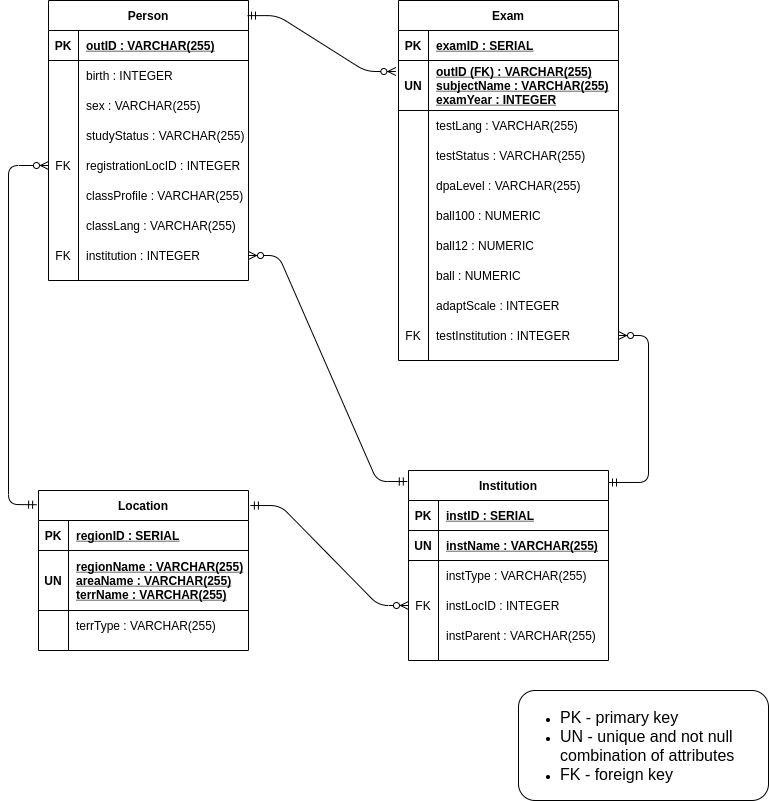
The draw.io diagram ERD/Physical.png in flash10042/db-workshop-2, before a commit. Source tidied: cells renumbered, new cells last; positions are measured from the earlier drawing's top-left corner, leaving out a move shared by most shapes. Its diagram source:
```xml
<mxGraphModel>
  <root>
    <mxCell id="0" />
    <mxCell id="1" parent="0" />
    <mxCell id="2" value="Person" style="shape=table;startSize=30;rowLines=0;fontStyle=1;align=center;" parent="1" vertex="1">
      <mxGeometry x="40" width="200" height="280" as="geometry" />
    </mxCell>
    <mxCell id="3" style="shape=partialRectangle;fillColor=none;top=0;left=0;bottom=1;right=0;" parent="2" vertex="1">
      <mxGeometry y="30" width="200" height="30" as="geometry" />
    </mxCell>
    <mxCell id="4" value="PK" style="shape=partialRectangle;fillColor=none;top=0;left=0;bottom=0;right=0;fontStyle=1;overflow=hidden;" parent="3" vertex="1">
      <mxGeometry width="30" height="30" as="geometry" />
    </mxCell>
    <mxCell id="5" value="outID : VARCHAR(255)" style="shape=partialRectangle;fillColor=none;top=0;left=0;bottom=0;right=0;align=left;spacingLeft=6;fontStyle=5;overflow=hidden;" parent="3" vertex="1">
      <mxGeometry x="30" width="170" height="30" as="geometry" />
    </mxCell>
    <mxCell id="6" style="shape=partialRectangle;fillColor=none;top=0;left=0;bottom=0;right=0;" parent="2" vertex="1">
      <mxGeometry y="60" width="200" height="30" as="geometry" />
    </mxCell>
    <mxCell id="7" style="shape=partialRectangle;fillColor=none;top=0;left=0;bottom=0;right=0;overflow=hidden;" parent="6" vertex="1">
      <mxGeometry width="30" height="30" as="geometry" />
    </mxCell>
    <mxCell id="8" value="birth : INTEGER" style="shape=partialRectangle;fillColor=none;top=0;left=0;bottom=0;right=0;align=left;spacingLeft=6;overflow=hidden;" parent="6" vertex="1">
      <mxGeometry x="30" width="170" height="30" as="geometry" />
    </mxCell>
    <mxCell id="9" style="shape=partialRectangle;fillColor=none;top=0;left=0;bottom=0;right=0;" parent="2" vertex="1">
      <mxGeometry y="90" width="200" height="30" as="geometry" />
    </mxCell>
    <mxCell id="10" style="shape=partialRectangle;fillColor=none;top=0;left=0;bottom=0;right=0;overflow=hidden;" parent="9" vertex="1">
      <mxGeometry width="30" height="30" as="geometry" />
    </mxCell>
    <mxCell id="11" value="sex : VARCHAR(255)" style="shape=partialRectangle;fillColor=none;top=0;left=0;bottom=0;right=0;align=left;spacingLeft=6;overflow=hidden;" parent="9" vertex="1">
      <mxGeometry x="30" width="170" height="30" as="geometry" />
    </mxCell>
    <mxCell id="12" style="shape=partialRectangle;fillColor=none;top=0;left=0;bottom=0;right=0;" parent="2" vertex="1">
      <mxGeometry y="120" width="200" height="30" as="geometry" />
    </mxCell>
    <mxCell id="13" style="shape=partialRectangle;fillColor=none;top=0;left=0;bottom=0;right=0;overflow=hidden;" parent="12" vertex="1">
      <mxGeometry width="30" height="30" as="geometry" />
    </mxCell>
    <mxCell id="14" value="studyStatus : VARCHAR(255)" style="shape=partialRectangle;fillColor=none;top=0;left=0;bottom=0;right=0;align=left;spacingLeft=6;overflow=hidden;" parent="12" vertex="1">
      <mxGeometry x="30" width="170" height="30" as="geometry" />
    </mxCell>
    <mxCell id="15" style="shape=partialRectangle;fillColor=none;top=0;left=0;bottom=0;right=0;points=[[0,0.5],[1,0.5]];portConstraint=eastwest;" parent="2" vertex="1">
      <mxGeometry y="150" width="200" height="30" as="geometry" />
    </mxCell>
    <mxCell id="16" value="FK" style="shape=partialRectangle;fillColor=none;top=0;left=0;bottom=0;right=0;overflow=hidden;" parent="15" vertex="1">
      <mxGeometry width="30" height="30" as="geometry" />
    </mxCell>
    <mxCell id="17" value="registrationLocID : INTEGER" style="shape=partialRectangle;fillColor=none;top=0;left=0;bottom=0;right=0;align=left;spacingLeft=6;overflow=hidden;" parent="15" vertex="1">
      <mxGeometry x="30" width="170" height="30" as="geometry" />
    </mxCell>
    <mxCell id="18" style="shape=partialRectangle;fillColor=none;top=0;left=0;bottom=0;right=0;" parent="2" vertex="1">
      <mxGeometry y="180" width="200" height="30" as="geometry" />
    </mxCell>
    <mxCell id="19" style="shape=partialRectangle;fillColor=none;top=0;left=0;bottom=0;right=0;overflow=hidden;" parent="18" vertex="1">
      <mxGeometry width="30" height="30" as="geometry" />
    </mxCell>
    <mxCell id="20" value="classProfile : VARCHAR(255)" style="shape=partialRectangle;fillColor=none;top=0;left=0;bottom=0;right=0;align=left;spacingLeft=6;overflow=hidden;" parent="18" vertex="1">
      <mxGeometry x="30" width="170" height="30" as="geometry" />
    </mxCell>
    <mxCell id="21" style="shape=partialRectangle;fillColor=none;top=0;left=0;bottom=0;right=0;" parent="2" vertex="1">
      <mxGeometry y="210" width="200" height="30" as="geometry" />
    </mxCell>
    <mxCell id="22" style="shape=partialRectangle;fillColor=none;top=0;left=0;bottom=0;right=0;overflow=hidden;" parent="21" vertex="1">
      <mxGeometry width="30" height="30" as="geometry" />
    </mxCell>
    <mxCell id="23" value="classLang : VARCHAR(255)" style="shape=partialRectangle;fillColor=none;top=0;left=0;bottom=0;right=0;align=left;spacingLeft=6;overflow=hidden;" parent="21" vertex="1">
      <mxGeometry x="30" width="170" height="30" as="geometry" />
    </mxCell>
    <mxCell id="24" style="shape=partialRectangle;fillColor=none;top=0;left=0;bottom=0;right=0;points=[[0,0.5],[1,0.5]];portConstraint=eastwest;" parent="2" vertex="1">
      <mxGeometry y="240" width="200" height="30" as="geometry" />
    </mxCell>
    <mxCell id="25" value="FK" style="shape=partialRectangle;fillColor=none;top=0;left=0;bottom=0;right=0;overflow=hidden;" parent="24" vertex="1">
      <mxGeometry width="30" height="30" as="geometry" />
    </mxCell>
    <mxCell id="26" value="institution : INTEGER" style="shape=partialRectangle;fillColor=none;top=0;left=0;bottom=0;right=0;align=left;spacingLeft=6;overflow=hidden;" parent="24" vertex="1">
      <mxGeometry x="30" width="170" height="30" as="geometry" />
    </mxCell>
    <mxCell id="27" value="Exam" style="shape=table;startSize=30;rowLines=0;fontStyle=1;align=center;" parent="1" vertex="1">
      <mxGeometry x="390" width="220" height="360" as="geometry" />
    </mxCell>
    <mxCell id="28" style="shape=partialRectangle;fillColor=none;top=0;left=0;bottom=1;right=0;" parent="27" vertex="1">
      <mxGeometry y="30" width="220" height="30" as="geometry" />
    </mxCell>
    <mxCell id="29" value="PK" style="shape=partialRectangle;fillColor=none;top=0;left=0;bottom=0;right=0;fontStyle=1;overflow=hidden;" parent="28" vertex="1">
      <mxGeometry width="30" height="30" as="geometry" />
    </mxCell>
    <mxCell id="30" value="examID : SERIAL" style="shape=partialRectangle;fillColor=none;top=0;left=0;bottom=0;right=0;align=left;spacingLeft=6;fontStyle=5;overflow=hidden;" parent="28" vertex="1">
      <mxGeometry x="30" width="190" height="30" as="geometry" />
    </mxCell>
    <mxCell id="31" style="shape=partialRectangle;fillColor=none;top=0;left=0;bottom=1;right=0;points=[[0,0.5],[1,0.5]];portConstraint=eastwest;" parent="27" vertex="1">
      <mxGeometry y="60" width="220" height="50" as="geometry" />
    </mxCell>
    <mxCell id="32" value="UN" style="shape=partialRectangle;fillColor=none;top=0;left=0;bottom=0;right=0;fontStyle=1;overflow=hidden;" parent="31" vertex="1">
      <mxGeometry width="30" height="50" as="geometry" />
    </mxCell>
    <mxCell id="33" value="outID (FK) : VARCHAR(255)&#10;subjectName : VARCHAR(255)&#10;examYear : INTEGER" style="shape=partialRectangle;fillColor=none;top=0;left=0;bottom=0;right=0;align=left;spacingLeft=6;fontStyle=5;overflow=hidden;" parent="31" vertex="1">
      <mxGeometry x="30" width="190" height="50" as="geometry" />
    </mxCell>
    <mxCell id="34" style="shape=partialRectangle;fillColor=none;top=0;left=0;bottom=0;right=0;" parent="27" vertex="1">
      <mxGeometry y="110" width="220" height="30" as="geometry" />
    </mxCell>
    <mxCell id="35" style="shape=partialRectangle;fillColor=none;top=0;left=0;bottom=0;right=0;overflow=hidden;" parent="34" vertex="1">
      <mxGeometry width="30" height="30" as="geometry" />
    </mxCell>
    <mxCell id="36" value="testLang : VARCHAR(255)" style="shape=partialRectangle;fillColor=none;top=0;left=0;bottom=0;right=0;align=left;spacingLeft=6;overflow=hidden;" parent="34" vertex="1">
      <mxGeometry x="30" width="190" height="30" as="geometry" />
    </mxCell>
    <mxCell id="37" style="shape=partialRectangle;fillColor=none;top=0;left=0;bottom=0;right=0;" parent="27" vertex="1">
      <mxGeometry y="140" width="220" height="30" as="geometry" />
    </mxCell>
    <mxCell id="38" style="shape=partialRectangle;fillColor=none;top=0;left=0;bottom=0;right=0;overflow=hidden;" parent="37" vertex="1">
      <mxGeometry width="30" height="30" as="geometry" />
    </mxCell>
    <mxCell id="39" value="testStatus : VARCHAR(255)" style="shape=partialRectangle;fillColor=none;top=0;left=0;bottom=0;right=0;align=left;spacingLeft=6;overflow=hidden;" parent="37" vertex="1">
      <mxGeometry x="30" width="190" height="30" as="geometry" />
    </mxCell>
    <mxCell id="40" style="shape=partialRectangle;fillColor=none;top=0;left=0;bottom=0;right=0;" parent="27" vertex="1">
      <mxGeometry y="170" width="220" height="30" as="geometry" />
    </mxCell>
    <mxCell id="41" style="shape=partialRectangle;fillColor=none;top=0;left=0;bottom=0;right=0;overflow=hidden;" parent="40" vertex="1">
      <mxGeometry width="30" height="30" as="geometry" />
    </mxCell>
    <mxCell id="42" value="dpaLevel : VARCHAR(255)" style="shape=partialRectangle;fillColor=none;top=0;left=0;bottom=0;right=0;align=left;spacingLeft=6;overflow=hidden;" parent="40" vertex="1">
      <mxGeometry x="30" width="190" height="30" as="geometry" />
    </mxCell>
    <mxCell id="43" style="shape=partialRectangle;fillColor=none;top=0;left=0;bottom=0;right=0;" parent="27" vertex="1">
      <mxGeometry y="200" width="220" height="30" as="geometry" />
    </mxCell>
    <mxCell id="44" style="shape=partialRectangle;fillColor=none;top=0;left=0;bottom=0;right=0;overflow=hidden;" parent="43" vertex="1">
      <mxGeometry width="30" height="30" as="geometry" />
    </mxCell>
    <mxCell id="45" value="ball100 : NUMERIC" style="shape=partialRectangle;fillColor=none;top=0;left=0;bottom=0;right=0;align=left;spacingLeft=6;overflow=hidden;" parent="43" vertex="1">
      <mxGeometry x="30" width="190" height="30" as="geometry" />
    </mxCell>
    <mxCell id="46" style="shape=partialRectangle;fillColor=none;top=0;left=0;bottom=0;right=0;" parent="27" vertex="1">
      <mxGeometry y="230" width="220" height="30" as="geometry" />
    </mxCell>
    <mxCell id="47" style="shape=partialRectangle;fillColor=none;top=0;left=0;bottom=0;right=0;overflow=hidden;" parent="46" vertex="1">
      <mxGeometry width="30" height="30" as="geometry" />
    </mxCell>
    <mxCell id="48" value="ball12 : NUMERIC" style="shape=partialRectangle;fillColor=none;top=0;left=0;bottom=0;right=0;align=left;spacingLeft=6;overflow=hidden;" parent="46" vertex="1">
      <mxGeometry x="30" width="190" height="30" as="geometry" />
    </mxCell>
    <mxCell id="49" style="shape=partialRectangle;fillColor=none;top=0;left=0;bottom=0;right=0;" parent="27" vertex="1">
      <mxGeometry y="260" width="220" height="30" as="geometry" />
    </mxCell>
    <mxCell id="50" style="shape=partialRectangle;fillColor=none;top=0;left=0;bottom=0;right=0;overflow=hidden;" parent="49" vertex="1">
      <mxGeometry width="30" height="30" as="geometry" />
    </mxCell>
    <mxCell id="51" value="ball : NUMERIC" style="shape=partialRectangle;fillColor=none;top=0;left=0;bottom=0;right=0;align=left;spacingLeft=6;overflow=hidden;" parent="49" vertex="1">
      <mxGeometry x="30" width="190" height="30" as="geometry" />
    </mxCell>
    <mxCell id="52" style="shape=partialRectangle;fillColor=none;top=0;left=0;bottom=0;right=0;" parent="27" vertex="1">
      <mxGeometry y="290" width="220" height="30" as="geometry" />
    </mxCell>
    <mxCell id="53" style="shape=partialRectangle;fillColor=none;top=0;left=0;bottom=0;right=0;overflow=hidden;" parent="52" vertex="1">
      <mxGeometry width="30" height="30" as="geometry" />
    </mxCell>
    <mxCell id="54" value="adaptScale : INTEGER" style="shape=partialRectangle;fillColor=none;top=0;left=0;bottom=0;right=0;align=left;spacingLeft=6;overflow=hidden;" parent="52" vertex="1">
      <mxGeometry x="30" width="190" height="30" as="geometry" />
    </mxCell>
    <mxCell id="55" style="shape=partialRectangle;fillColor=none;top=0;left=0;bottom=0;right=0;points=[[0,0.5],[1,0.5]];portConstraint=eastwest;" parent="27" vertex="1">
      <mxGeometry y="320" width="220" height="30" as="geometry" />
    </mxCell>
    <mxCell id="56" value="FK" style="shape=partialRectangle;fillColor=none;top=0;left=0;bottom=0;right=0;overflow=hidden;" parent="55" vertex="1">
      <mxGeometry width="30" height="30" as="geometry" />
    </mxCell>
    <mxCell id="57" value="testInstitution : INTEGER" style="shape=partialRectangle;fillColor=none;top=0;left=0;bottom=0;right=0;align=left;spacingLeft=6;overflow=hidden;" parent="55" vertex="1">
      <mxGeometry x="30" width="190" height="30" as="geometry" />
    </mxCell>
    <mxCell id="58" value="Location" style="shape=table;startSize=30;rowLines=0;fontStyle=1;align=center;" parent="1" vertex="1">
      <mxGeometry x="30" y="490" width="210" height="160" as="geometry" />
    </mxCell>
    <mxCell id="59" style="shape=partialRectangle;fillColor=none;top=0;left=0;bottom=1;right=0;" parent="58" vertex="1">
      <mxGeometry y="30" width="210" height="30" as="geometry" />
    </mxCell>
    <mxCell id="60" value="PK" style="shape=partialRectangle;fillColor=none;top=0;left=0;bottom=0;right=0;fontStyle=1;overflow=hidden;" parent="59" vertex="1">
      <mxGeometry width="30" height="30" as="geometry" />
    </mxCell>
    <mxCell id="61" value="regionID : SERIAL" style="shape=partialRectangle;fillColor=none;top=0;left=0;bottom=0;right=0;align=left;spacingLeft=6;fontStyle=5;overflow=hidden;" parent="59" vertex="1">
      <mxGeometry x="30" width="180" height="30" as="geometry" />
    </mxCell>
    <mxCell id="62" style="shape=partialRectangle;fillColor=none;top=0;left=0;bottom=1;right=0;" parent="58" vertex="1">
      <mxGeometry y="60" width="210" height="60" as="geometry" />
    </mxCell>
    <mxCell id="63" value="UN" style="shape=partialRectangle;fillColor=none;top=0;left=0;bottom=0;right=0;fontStyle=1;overflow=hidden;" parent="62" vertex="1">
      <mxGeometry width="30" height="60" as="geometry" />
    </mxCell>
    <mxCell id="64" value="regionName : VARCHAR(255)&#10;areaName : VARCHAR(255)&#10;terrName : VARCHAR(255)" style="shape=partialRectangle;fillColor=none;top=0;left=0;bottom=0;right=0;align=left;spacingLeft=6;fontStyle=5;overflow=hidden;" parent="62" vertex="1">
      <mxGeometry x="30" width="180" height="60" as="geometry" />
    </mxCell>
    <mxCell id="65" style="shape=partialRectangle;fillColor=none;top=0;left=0;bottom=0;right=0;" parent="58" vertex="1">
      <mxGeometry y="120" width="210" height="30" as="geometry" />
    </mxCell>
    <mxCell id="66" style="shape=partialRectangle;fillColor=none;top=0;left=0;bottom=0;right=0;overflow=hidden;" parent="65" vertex="1">
      <mxGeometry width="30" height="30" as="geometry" />
    </mxCell>
    <mxCell id="67" value="terrType : VARCHAR(255)" style="shape=partialRectangle;fillColor=none;top=0;left=0;bottom=0;right=0;align=left;spacingLeft=6;overflow=hidden;" parent="65" vertex="1">
      <mxGeometry x="30" width="180" height="30" as="geometry" />
    </mxCell>
    <mxCell id="68" value="Institution" style="shape=table;startSize=30;rowLines=0;fontStyle=1;align=center;" parent="1" vertex="1">
      <mxGeometry x="400" y="470" width="200" height="190" as="geometry" />
    </mxCell>
    <mxCell id="69" style="shape=partialRectangle;fillColor=none;top=0;left=0;bottom=1;right=0;" parent="68" vertex="1">
      <mxGeometry y="30" width="200" height="30" as="geometry" />
    </mxCell>
    <mxCell id="70" value="PK" style="shape=partialRectangle;fillColor=none;top=0;left=0;bottom=0;right=0;fontStyle=1;overflow=hidden;" parent="69" vertex="1">
      <mxGeometry width="30" height="30" as="geometry" />
    </mxCell>
    <mxCell id="71" value="instID : SERIAL" style="shape=partialRectangle;fillColor=none;top=0;left=0;bottom=0;right=0;align=left;spacingLeft=6;fontStyle=5;overflow=hidden;" parent="69" vertex="1">
      <mxGeometry x="30" width="170" height="30" as="geometry" />
    </mxCell>
    <mxCell id="72" style="shape=partialRectangle;fillColor=none;top=0;left=0;bottom=1;right=0;" parent="68" vertex="1">
      <mxGeometry y="60" width="200" height="30" as="geometry" />
    </mxCell>
    <mxCell id="73" value="UN" style="shape=partialRectangle;fillColor=none;top=0;left=0;bottom=0;right=0;fontStyle=1;overflow=hidden;" parent="72" vertex="1">
      <mxGeometry width="30" height="30" as="geometry" />
    </mxCell>
    <mxCell id="74" value="instName : VARCHAR(255)" style="shape=partialRectangle;fillColor=none;top=0;left=0;bottom=0;right=0;align=left;spacingLeft=6;fontStyle=5;overflow=hidden;" parent="72" vertex="1">
      <mxGeometry x="30" width="170" height="30" as="geometry" />
    </mxCell>
    <mxCell id="75" style="shape=partialRectangle;fillColor=none;top=0;left=0;bottom=0;right=0;" parent="68" vertex="1">
      <mxGeometry y="90" width="200" height="30" as="geometry" />
    </mxCell>
    <mxCell id="76" style="shape=partialRectangle;fillColor=none;top=0;left=0;bottom=0;right=0;overflow=hidden;" parent="75" vertex="1">
      <mxGeometry width="30" height="30" as="geometry" />
    </mxCell>
    <mxCell id="77" value="instType : VARCHAR(255)" style="shape=partialRectangle;fillColor=none;top=0;left=0;bottom=0;right=0;align=left;spacingLeft=6;overflow=hidden;" parent="75" vertex="1">
      <mxGeometry x="30" width="170" height="30" as="geometry" />
    </mxCell>
    <mxCell id="78" style="shape=partialRectangle;fillColor=none;top=0;left=0;bottom=0;right=0;points=[[0,0.5],[1,0.5]];portConstraint=eastwest;" parent="68" vertex="1">
      <mxGeometry y="120" width="200" height="30" as="geometry" />
    </mxCell>
    <mxCell id="79" value="FK" style="shape=partialRectangle;fillColor=none;top=0;left=0;bottom=0;right=0;overflow=hidden;" parent="78" vertex="1">
      <mxGeometry width="30" height="30" as="geometry" />
    </mxCell>
    <mxCell id="80" value="instLocID : INTEGER" style="shape=partialRectangle;fillColor=none;top=0;left=0;bottom=0;right=0;align=left;spacingLeft=6;overflow=hidden;" parent="78" vertex="1">
      <mxGeometry x="30" width="170" height="30" as="geometry" />
    </mxCell>
    <mxCell id="81" style="shape=partialRectangle;fillColor=none;top=0;left=0;bottom=0;right=0;" parent="68" vertex="1">
      <mxGeometry y="150" width="200" height="30" as="geometry" />
    </mxCell>
    <mxCell id="82" style="shape=partialRectangle;fillColor=none;top=0;left=0;bottom=0;right=0;overflow=hidden;" parent="81" vertex="1">
      <mxGeometry width="30" height="30" as="geometry" />
    </mxCell>
    <mxCell id="83" value="instParent : VARCHAR(255)" style="shape=partialRectangle;fillColor=none;top=0;left=0;bottom=0;right=0;align=left;spacingLeft=6;overflow=hidden;" parent="81" vertex="1">
      <mxGeometry x="30" width="170" height="30" as="geometry" />
    </mxCell>
    <mxCell id="84" style="fontSize=12;html=1;endArrow=ERzeroToMany;startArrow=ERmandOne;entryX=0;entryY=0.5;entryDx=0;entryDy=0;exitX=-0.009;exitY=0.089;exitDx=0;exitDy=0;exitPerimeter=0;" parent="1" edge="1" source="58" target="15">
      <mxGeometry relative="1" as="geometry">
        <Array as="points">
          <mxPoint y="504" />
          <mxPoint y="165" />
        </Array>
      </mxGeometry>
    </mxCell>
    <mxCell id="85" style="edgeStyle=entityRelationEdgeStyle;fontSize=12;html=1;endArrow=ERzeroToMany;startArrow=ERmandOne;entryX=1;entryY=0.5;entryDx=0;entryDy=0;exitX=-0.006;exitY=0.058;exitDx=0;exitDy=0;exitPerimeter=0;" parent="1" edge="1" source="68" target="24">
      <mxGeometry relative="1" as="geometry" />
    </mxCell>
    <mxCell id="86" style="edgeStyle=entityRelationEdgeStyle;fontSize=12;html=1;endArrow=ERzeroToMany;startArrow=ERmandOne;exitX=1.009;exitY=0.094;exitDx=0;exitDy=0;exitPerimeter=0;entryX=0;entryY=0.5;entryDx=0;entryDy=0;" parent="1" edge="1" source="58" target="78">
      <mxGeometry relative="1" as="geometry" />
    </mxCell>
    <mxCell id="87" style="edgeStyle=entityRelationEdgeStyle;fontSize=12;html=1;endArrow=ERzeroToMany;startArrow=ERmandOne;exitX=1;exitY=0.063;exitDx=0;exitDy=0;exitPerimeter=0;" parent="1" edge="1" source="68" target="55">
      <mxGeometry relative="1" as="geometry" />
    </mxCell>
    <mxCell id="88" style="fontSize=12;html=1;endArrow=ERzeroToMany;startArrow=ERmandOne;entryX=-0.012;entryY=0.22;entryDx=0;entryDy=0;exitX=0.995;exitY=0.054;exitDx=0;exitDy=0;exitPerimeter=0;edgeStyle=entityRelationEdgeStyle;entryPerimeter=0;" parent="1" edge="1" source="2" target="31">
      <mxGeometry relative="1" as="geometry" />
    </mxCell>
    <mxCell id="89" value="&lt;ul&gt;&lt;li&gt;&lt;font style=&quot;font-size: 16px&quot;&gt;PK - primary key&lt;/font&gt;&lt;/li&gt;&lt;li&gt;&lt;font style=&quot;font-size: 16px&quot;&gt;UN - unique and not null combination of attributes&lt;/font&gt;&lt;/li&gt;&lt;li&gt;&lt;font style=&quot;font-size: 16px&quot;&gt;FK - foreign key&lt;/font&gt;&lt;/li&gt;&lt;/ul&gt;" style="rounded=1;whiteSpace=wrap;html=1;align=left;" parent="1" vertex="1">
      <mxGeometry x="510" y="690" width="250" height="110" as="geometry" />
    </mxCell>
  </root>
</mxGraphModel>
```
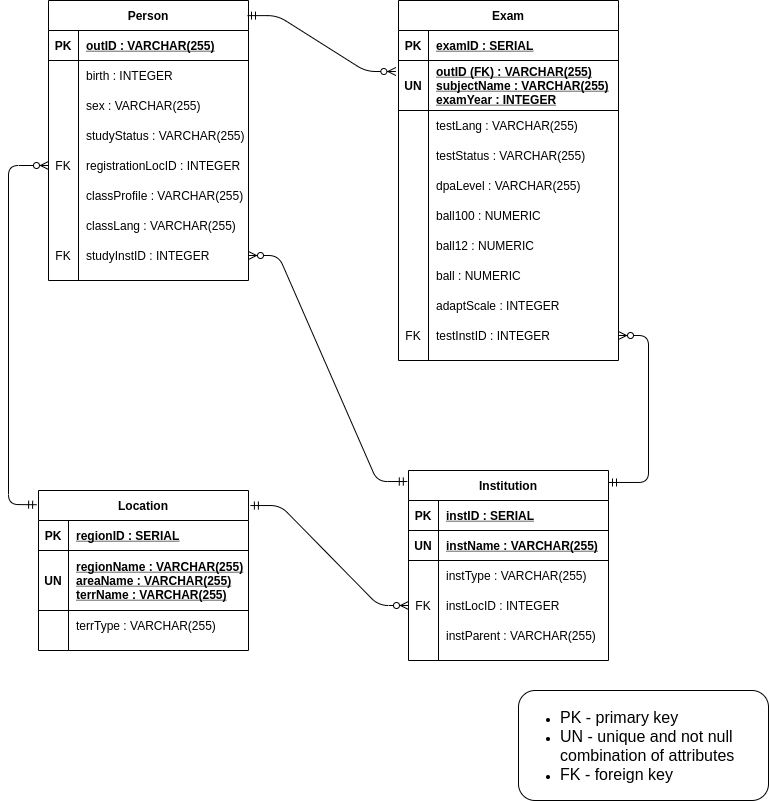
After the change.

What changed in the source:
```diff
@@ -74,7 +74,7 @@
     <mxCell id="25" value="FK" style="shape=partialRectangle;fillColor=none;top=0;left=0;bottom=0;right=0;overflow=hidden;" parent="24" vertex="1">
       <mxGeometry width="30" height="30" as="geometry" />
     </mxCell>
-    <mxCell id="26" value="institution : INTEGER" style="shape=partialRectangle;fillColor=none;top=0;left=0;bottom=0;right=0;align=left;spacingLeft=6;overflow=hidden;" parent="24" vertex="1">
+    <mxCell id="26" value="studyInstID : INTEGER" style="shape=partialRectangle;fillColor=none;top=0;left=0;bottom=0;right=0;align=left;spacingLeft=6;overflow=hidden;" parent="24" vertex="1">
       <mxGeometry x="30" width="170" height="30" as="geometry" />
     </mxCell>
     <mxCell id="27" value="Exam" style="shape=table;startSize=30;rowLines=0;fontStyle=1;align=center;" parent="1" vertex="1">
@@ -167,7 +167,7 @@
     <mxCell id="56" value="FK" style="shape=partialRectangle;fillColor=none;top=0;left=0;bottom=0;right=0;overflow=hidden;" parent="55" vertex="1">
       <mxGeometry width="30" height="30" as="geometry" />
     </mxCell>
-    <mxCell id="57" value="testInstitution : INTEGER" style="shape=partialRectangle;fillColor=none;top=0;left=0;bottom=0;right=0;align=left;spacingLeft=6;overflow=hidden;" parent="55" vertex="1">
+    <mxCell id="57" value="testInstID : INTEGER" style="shape=partialRectangle;fillColor=none;top=0;left=0;bottom=0;right=0;align=left;spacingLeft=6;overflow=hidden;" parent="55" vertex="1">
       <mxGeometry x="30" width="190" height="30" as="geometry" />
     </mxCell>
     <mxCell id="58" value="Location" style="shape=table;startSize=30;rowLines=0;fontStyle=1;align=center;" parent="1" vertex="1">
```
